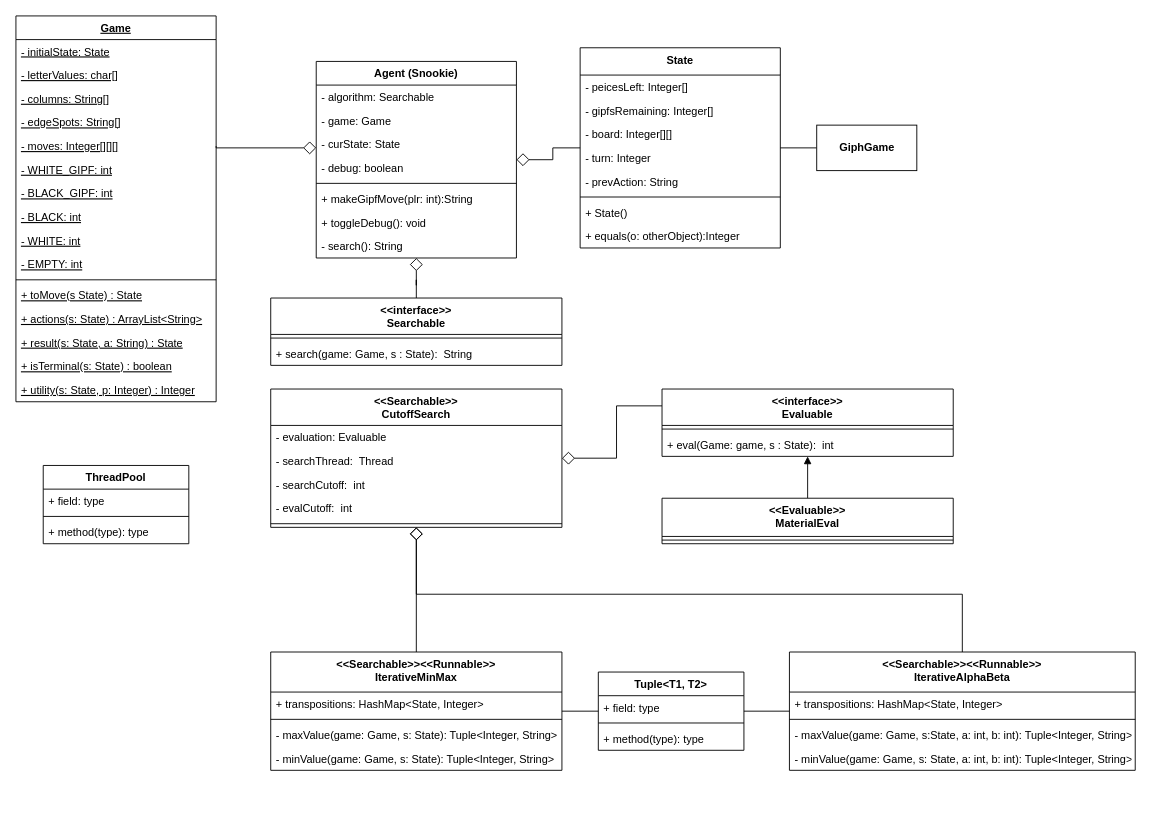
Before: diagrams/CSC3335_Project3.drawio in tone-man/tone-man-hancockcraveirocanfield_3335_project3, a draw.io diagram. Source tidied: cells renumbered, new cells numbered last; positions are measured from the earlier drawing's top-left corner, leaving out a move shared by most shapes. Both pictures are drawn from the tidied source at 91%, with x=0, y=0 at pixel (15, 15).
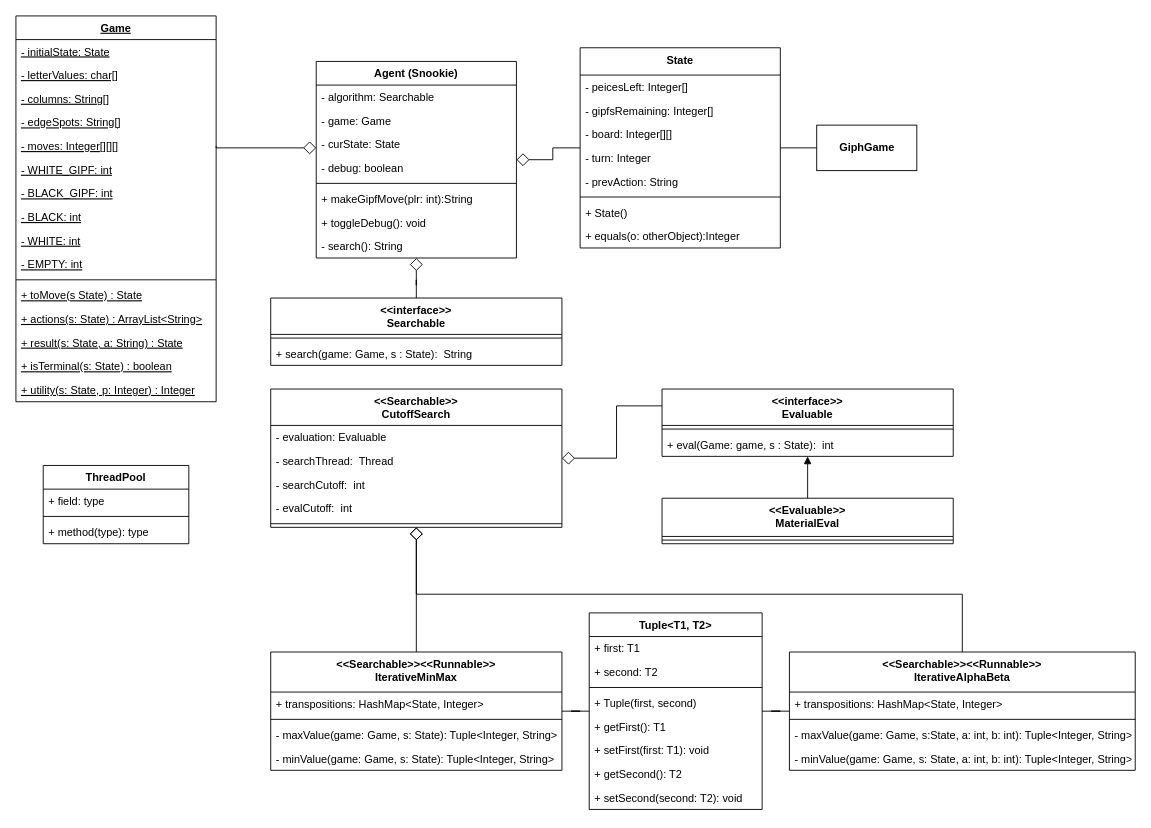
The same page after the edit.

Commit message (it also covers changes not shown here):
Tuple Constructed + UML

Finished Tuple Class, reflected in UML

Change to the diagram source:
```diff
@@
     <mxCell id="76" value="Tuple&lt;T1, T2&gt;" style="swimlane;fontStyle=1;align=center;verticalAlign=top;horizontal=1;startSize=26;" parent="1" vertex="1">
-      <mxGeometry x="640" y="721" width="160" height="86" as="geometry" />
+      <mxGeometry x="630" y="656" width="190" height="216" as="geometry" />
     </mxCell>
-    <mxCell id="77" value="+ field: type" style="text;strokeColor=none;fillColor=none;align=left;verticalAlign=top;spacingLeft=4;spacingRight=4;overflow=hidden;" parent="76" vertex="1">
-      <mxGeometry y="26" width="160" height="26" as="geometry" />
+    <mxCell id="77" value="+ first: T1" style="text;strokeColor=none;fillColor=none;align=left;verticalAlign=top;spacingLeft=4;spacingRight=4;overflow=hidden;" parent="76" vertex="1">
+      <mxGeometry y="26" width="190" height="26" as="geometry" />
     </mxCell>
+    <mxCell id="80" value="+ second: T2" style="text;strokeColor=none;fillColor=none;align=left;verticalAlign=top;spacingLeft=4;spacingRight=4;overflow=hidden;" parent="76" vertex="1">
+      <mxGeometry y="52" width="190" height="26" as="geometry" />
+    </mxCell>
     <mxCell id="78" style="line;strokeWidth=1;fillColor=none;align=left;verticalAlign=middle;spacingTop=-1;spacingLeft=3;spacingRight=3;labelPosition=right;strokeColor=inherit;" parent="76" vertex="1">
-      <mxGeometry y="52" width="160" height="8" as="geometry" />
+      <mxGeometry y="78" width="190" height="8" as="geometry" />
     </mxCell>
-    <mxCell id="79" value="+ method(type): type" style="text;strokeColor=none;fillColor=none;align=left;verticalAlign=top;spacingLeft=4;spacingRight=4;overflow=hidden;" parent="76" vertex="1">
-      <mxGeometry y="60" width="160" height="26" as="geometry" />
+    <mxCell id="79" value="+ Tuple(first, second)" style="text;strokeColor=none;fillColor=none;align=left;verticalAlign=top;spacingLeft=4;spacingRight=4;overflow=hidden;" parent="76" vertex="1">
+      <mxGeometry y="86" width="190" height="26" as="geometry" />
     </mxCell>
+    <mxCell id="81" value="+ getFirst(): T1" style="text;strokeColor=none;fillColor=none;align=left;verticalAlign=top;spacingLeft=4;spacingRight=4;overflow=hidden;" parent="76" vertex="1">
+      <mxGeometry y="112" width="190" height="26" as="geometry" />
+    </mxCell>
+    <mxCell id="82" value="+ setFirst(first: T1): void" style="text;strokeColor=none;fillColor=none;align=left;verticalAlign=top;spacingLeft=4;spacingRight=4;overflow=hidden;" parent="76" vertex="1">
+      <mxGeometry y="138" width="190" height="26" as="geometry" />
+    </mxCell>
+    <mxCell id="83" value="+ getSecond(): T2" style="text;strokeColor=none;fillColor=none;align=left;verticalAlign=top;spacingLeft=4;spacingRight=4;overflow=hidden;" parent="76" vertex="1">
+      <mxGeometry y="164" width="190" height="26" as="geometry" />
+    </mxCell>
+    <mxCell id="84" value="+ setSecond(second: T2): void" style="text;strokeColor=none;fillColor=none;align=left;verticalAlign=top;spacingLeft=4;spacingRight=4;overflow=hidden;" parent="76" vertex="1">
+      <mxGeometry y="190" width="190" height="26" as="geometry" />
+    </mxCell>
```
